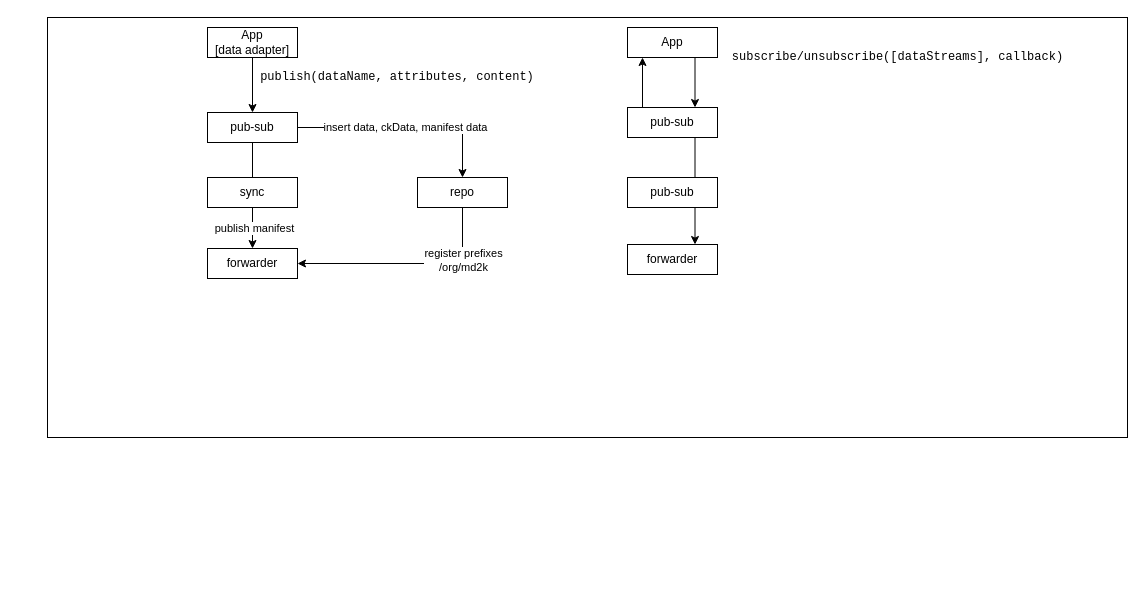
Above: page "Pub-sub" (4 of 5) of docs/Copy of mGuard .drawio in dulalsaurab/new-mguard (draw.io), before the change. Source tidied: cells renumbered, new cells numbered last; positions are measured from the earlier drawing's top-left corner, leaving out a move shared by most shapes. Both pictures are drawn from the tidied source at 100%, with x=0, y=0 at pixel (47, 17).
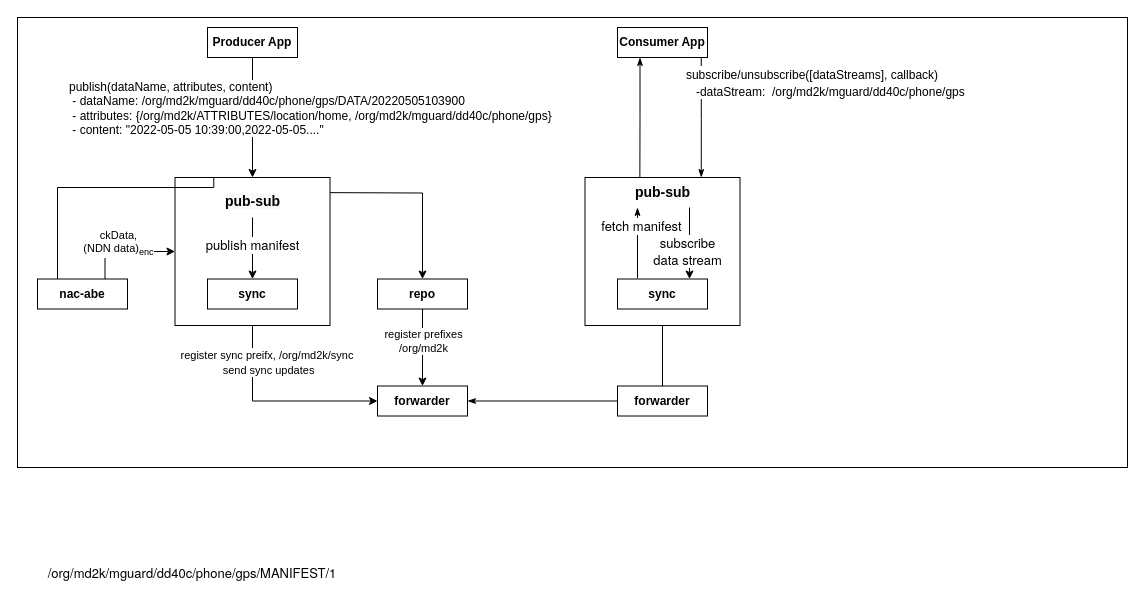
The same page after the edit.

The edit, as a diff of the source:
```diff
@@
     <mxCell id="2" style="rounded=0;whiteSpace=wrap;html=1;" parent="1" vertex="1">
-      <mxGeometry width="1080" height="420" as="geometry" />
+      <mxGeometry x="-30" width="1110" height="450" as="geometry" />
     </mxCell>
-    <mxCell id="3" style="edgeStyle=orthogonalEdgeStyle;rounded=0;jettySize=auto;html=1;exitX=0.5;exitY=1;exitDx=0;exitDy=0;entryX=0.5;entryY=0;entryDx=0;entryDy=0;" parent="1" edge="1" source="4" target="9">
-      <mxGeometry relative="1" as="geometry" />
+    <mxCell id="3" style="edgeStyle=orthogonalEdgeStyle;rounded=0;jettySize=auto;html=1;exitX=0.5;exitY=1;exitDx=0;exitDy=0;entryX=0.5;entryY=0;entryDx=0;entryDy=0;" parent="1" edge="1" source="4">
+      <mxGeometry relative="1" as="geometry">
+        <mxPoint x="205" y="160" as="targetPoint" />
+      </mxGeometry>
     </mxCell>
-    <mxCell id="4" value="App&lt;br&gt;[data adapter]" style="rounded=0;whiteSpace=wrap;html=1;" parent="1" vertex="1">
+    <mxCell id="4" value="Producer App" style="rounded=0;whiteSpace=wrap;html=1;fontStyle=1;" parent="1" vertex="1">
       <mxGeometry x="160" y="10" width="90" height="30" as="geometry" />
     </mxCell>
-    <mxCell id="5" value="&lt;font face=&quot;Courier New&quot;&gt;publish(dataName, attributes, content)&lt;/font&gt;" style="text;html=1;strokeColor=none;fillColor=none;align=center;verticalAlign=middle;whiteSpace=wrap;rounded=0;" parent="1" vertex="1">
-      <mxGeometry x="210" y="49" width="280" height="20" as="geometry" />
-    </mxCell>
-    <mxCell id="6" style="edgeStyle=orthogonalEdgeStyle;rounded=0;jettySize=auto;html=1;exitX=0.5;exitY=1;exitDx=0;exitDy=0;entryX=0.5;entryY=0;entryDx=0;entryDy=0;" parent="1" edge="1" source="9" target="10">
+    <mxCell id="6" style="edgeStyle=orthogonalEdgeStyle;rounded=0;jettySize=auto;html=1;exitX=0.5;exitY=1;exitDx=0;exitDy=0;entryX=0;entryY=0.5;entryDx=0;entryDy=0;startArrow=none;" parent="1" edge="1" source="18" target="10">
       <mxGeometry relative="1" as="geometry" />
     </mxCell>
-    <mxCell id="7" value="publish manifest" style="edgeLabel;html=1;align=center;verticalAlign=middle;" parent="6" vertex="1">
-      <mxGeometry x="0.6" y="1" relative="1" as="geometry" />
-    </mxCell>
-    <mxCell id="8" value="insert data, ckData, manifest data" style="edgeStyle=orthogonalEdgeStyle;rounded=0;jettySize=auto;html=1;exitX=1;exitY=0.5;exitDx=0;exitDy=0;entryX=0.5;entryY=0;entryDx=0;entryDy=0;" parent="1" edge="1" source="9" target="22">
-      <mxGeometry relative="1" as="geometry" />
+    <mxCell id="8" style="edgeStyle=orthogonalEdgeStyle;rounded=0;jettySize=auto;html=1;exitX=1;exitY=0.5;exitDx=0;exitDy=0;entryX=0.5;entryY=0;entryDx=0;entryDy=0;" parent="1" edge="1" target="22">
+      <mxGeometry x="-0.15" y="5" relative="1" as="geometry">
+        <mxPoint x="250" y="175" as="sourcePoint" />
+      </mxGeometry>
     </mxCell>
-    <mxCell id="9" value="pub-sub" style="rounded=0;whiteSpace=wrap;html=1;" parent="1" vertex="1">
-      <mxGeometry x="160" y="95" width="90" height="30" as="geometry" />
-    </mxCell>
+    <mxCell id="23" style="edgeStyle=orthogonalEdgeStyle;rounded=0;jettySize=auto;html=1;" parent="1" edge="1" target="18">
+      <mxGeometry relative="1" as="geometry">
+        <mxPoint x="205" y="190" as="sourcePoint" />
+      </mxGeometry>
+    </mxCell>
+    <mxCell id="24" style="edgeStyle=orthogonalEdgeStyle;rounded=0;jettySize=auto;html=1;exitX=0.5;exitY=0;exitDx=0;exitDy=0;fontFamily=Helvetica;fontSize=14;startArrow=none;startFill=1;endArrow=none;endFill=0;" parent="1" edge="1" source="11" target="34">
+      <mxGeometry relative="1" as="geometry" />
+    </mxCell>
-    <mxCell id="10" value="forwarder" style="rounded=0;whiteSpace=wrap;html=1;" parent="1" vertex="1">
-      <mxGeometry x="160" y="231" width="90" height="30" as="geometry" />
+    <mxCell id="10" value="forwarder" style="rounded=0;whiteSpace=wrap;html=1;fontStyle=1;" parent="1" vertex="1">
+      <mxGeometry x="330" y="368.5" width="90" height="30" as="geometry" />
     </mxCell>
-    <mxCell id="11" value="forwarder" style="rounded=0;whiteSpace=wrap;html=1;" parent="1" vertex="1">
-      <mxGeometry x="580" y="227" width="90" height="30" as="geometry" />
-    </mxCell>
-    <mxCell id="12" style="edgeStyle=orthogonalEdgeStyle;rounded=0;orthogonalLoop=1;jettySize=auto;html=1;exitX=0.5;exitY=0;exitDx=0;exitDy=0;entryX=0.5;entryY=1;entryDx=0;entryDy=0;" parent="1" edge="1">
-      <mxGeometry relative="1" as="geometry">
-        <mxPoint x="595" y="90" as="sourcePoint" />
-        <mxPoint x="595" y="40" as="targetPoint" />
-      </mxGeometry>
-    </mxCell>
-    <mxCell id="13" style="edgeStyle=orthogonalEdgeStyle;rounded=0;jettySize=auto;html=1;exitX=0.75;exitY=1;exitDx=0;exitDy=0;entryX=0.75;entryY=0;entryDx=0;entryDy=0;" parent="1" edge="1" source="14" target="11">
-      <mxGeometry relative="1" as="geometry" />
-    </mxCell>
-    <mxCell id="14" value="pub-sub" style="rounded=0;whiteSpace=wrap;html=1;" parent="1" vertex="1">
-      <mxGeometry x="580" y="90" width="90" height="30" as="geometry" />
-    </mxCell>
-    <mxCell id="15" style="edgeStyle=orthogonalEdgeStyle;rounded=0;jettySize=auto;html=1;exitX=0.75;exitY=1;exitDx=0;exitDy=0;entryX=0.75;entryY=0;entryDx=0;entryDy=0;" parent="1" edge="1" source="16" target="14">
-      <mxGeometry relative="1" as="geometry" />
-    </mxCell>
+    <mxCell id="25" style="edgeStyle=orthogonalEdgeStyle;rounded=0;jettySize=auto;html=1;exitX=0.25;exitY=1;exitDx=0;exitDy=0;entryX=0.354;entryY=0;entryDx=0;entryDy=0;entryPerimeter=0;fontFamily=Helvetica;fontSize=14;startArrow=classicThin;startFill=1;endArrow=none;endFill=0;" parent="1" edge="1" source="16" target="34">
+      <mxGeometry relative="1" as="geometry" />
+    </mxCell>
-    <mxCell id="16" value="App" style="rounded=0;whiteSpace=wrap;html=1;" parent="1" vertex="1">
-      <mxGeometry x="580" y="10" width="90" height="30" as="geometry" />
+    <mxCell id="16" value="Consumer App" style="rounded=0;whiteSpace=wrap;html=1;fontStyle=1;" parent="1" vertex="1">
+      <mxGeometry x="570" y="10" width="90" height="30" as="geometry" />
     </mxCell>
-    <mxCell id="17" value="&lt;font face=&quot;Courier New&quot;&gt;subscribe/unsubscribe([dataStreams], callback)&lt;/font&gt;" style="text;html=1;strokeColor=none;fillColor=none;align=center;verticalAlign=middle;whiteSpace=wrap;rounded=0;" parent="1" vertex="1">
-      <mxGeometry x="680" y="29" width="341" height="20" as="geometry" />
-    </mxCell>
-    <mxCell id="18" value="sync" style="rounded=0;whiteSpace=wrap;html=1;" parent="1" vertex="1">
-      <mxGeometry x="160" y="160" width="90" height="30" as="geometry" />
-    </mxCell>
-    <mxCell id="19" value="pub-sub" style="rounded=0;whiteSpace=wrap;html=1;" parent="1" vertex="1">
-      <mxGeometry x="580" y="160" width="90" height="30" as="geometry" />
-    </mxCell>
-    <mxCell id="20" style="edgeStyle=orthogonalEdgeStyle;rounded=0;jettySize=auto;html=1;exitX=0.5;exitY=1;exitDx=0;exitDy=0;entryX=1;entryY=0.5;entryDx=0;entryDy=0;" parent="1" edge="1" source="22" target="10">
+    <mxCell id="20" style="edgeStyle=orthogonalEdgeStyle;rounded=0;jettySize=auto;html=1;exitX=0.5;exitY=1;exitDx=0;exitDy=0;entryX=0.5;entryY=0;entryDx=0;entryDy=0;" parent="1" edge="1" source="22" target="10">
       <mxGeometry relative="1" as="geometry" />
     </mxCell>
     <mxCell id="21" value="register prefixes&lt;br&gt;/org/md2k" style="edgeLabel;html=1;align=center;verticalAlign=middle;" parent="20" vertex="1">
-      <mxGeometry x="-0.53" relative="1" as="geometry" />
+      <mxGeometry x="-0.53" relative="1" as="geometry">
+        <mxPoint y="14" as="offset" />
+      </mxGeometry>
     </mxCell>
-    <mxCell id="22" value="repo" style="rounded=0;whiteSpace=wrap;html=1;" parent="1" vertex="1">
-      <mxGeometry x="370" y="160" width="90" height="30" as="geometry" />
+    <mxCell id="22" value="repo" style="rounded=0;whiteSpace=wrap;html=1;fontStyle=1;" parent="1" vertex="1">
+      <mxGeometry x="330" y="261.5" width="90" height="30" as="geometry" />
     </mxCell>
+    <mxCell id="26" style="edgeStyle=orthogonalEdgeStyle;rounded=0;jettySize=auto;html=1;exitX=0.75;exitY=0;exitDx=0;exitDy=0;entryX=0;entryY=0.5;entryDx=0;entryDy=0;" parent="1" edge="1" source="42" target="31">
+      <mxGeometry relative="1" as="geometry" />
+    </mxCell>
+    <mxCell id="27" value="ckData, &lt;br&gt;(NDN data)&lt;sub&gt;enc&lt;/sub&gt;" style="edgeLabel;html=1;align=center;verticalAlign=middle;" parent="26" vertex="1">
+      <mxGeometry x="-0.04" y="-3" relative="1" as="geometry">
+        <mxPoint x="-7" y="-12" as="offset" />
+      </mxGeometry>
+    </mxCell>
+    <mxCell id="28" style="edgeStyle=orthogonalEdgeStyle;rounded=0;jettySize=auto;html=1;exitX=0.5;exitY=1;exitDx=0;exitDy=0;entryX=0.5;entryY=0;entryDx=0;entryDy=0;endArrow=none;" parent="1" edge="1" target="18">
+      <mxGeometry relative="1" as="geometry">
+        <mxPoint x="205" y="190" as="sourcePoint" />
+      </mxGeometry>
+    </mxCell>
+    <mxCell id="5" value="publish(dataName, attributes, content)&lt;br&gt;&amp;nbsp;- dataName: /org/md2k/mguard/dd40c/phone/gps/DATA/20220505103900&lt;br&gt;&amp;nbsp;- attributes: {/org/md2k/ATTRIBUTES/location/home,&amp;nbsp;/org/md2k/mguard/dd40c/phone/gps}&lt;br&gt;&amp;nbsp;- content: &quot;2022-05-05 10:39:00,2022-05-05....&quot;" style="text;html=1;strokeColor=none;fillColor=none;align=left;verticalAlign=middle;whiteSpace=wrap;rounded=0;labelBackgroundColor=default;" parent="1" vertex="1">
+      <mxGeometry x="20" y="50" width="500" height="81" as="geometry" />
+    </mxCell>
+    <mxCell id="29" value="&lt;p style=&quot;margin: 0px; font-variant-numeric: normal; font-variant-east-asian: normal; font-stretch: normal; font-size: 13px; line-height: normal; font-family: &amp;quot;Helvetica Neue&amp;quot;; text-align: start;&quot; class=&quot;p1&quot;&gt;&lt;br&gt;&lt;/p&gt;&lt;p style=&quot;margin: 0px; font-variant-numeric: normal; font-variant-east-asian: normal; font-stretch: normal; font-size: 13px; line-height: normal; font-family: &amp;quot;Helvetica Neue&amp;quot;; text-align: start;&quot; class=&quot;p1&quot;&gt;/org/md2k/mguard/dd40c/phone/gps/MANIFEST/1&lt;/p&gt;" style="text;html=1;strokeColor=none;fillColor=none;align=center;verticalAlign=middle;whiteSpace=wrap;rounded=0;labelBackgroundColor=default;" parent="1" vertex="1">
+      <mxGeometry x="-10" y="530" width="310" height="30" as="geometry" />
+    </mxCell>
+    <mxCell id="30" value="&lt;span style=&quot;font-size: 11px;&quot;&gt;register sync preifx, /org/md2k/sync&lt;/span&gt;&lt;br style=&quot;font-size: 11px;&quot;&gt;&lt;span style=&quot;font-size: 11px;&quot;&gt;&amp;nbsp;send sync updates&lt;/span&gt;" style="text;html=1;strokeColor=none;fillColor=none;align=center;verticalAlign=middle;whiteSpace=wrap;rounded=0;labelBackgroundColor=default;" parent="1" vertex="1">
+      <mxGeometry x="100" y="330" width="240" height="30" as="geometry" />
+    </mxCell>
+    <mxCell id="31" value="&lt;span style=&quot;font-weight: 700; background-color: rgb(248, 249, 250); font-size: 14px;&quot;&gt;pub-sub&lt;br&gt;&lt;br&gt;&lt;br&gt;&lt;br&gt;&lt;br&gt;&lt;br&gt;&lt;br&gt;&lt;/span&gt;" style="rounded=0;whiteSpace=wrap;html=1;labelBackgroundColor=default;fontFamily=Helvetica;" parent="1" vertex="1">
+      <mxGeometry x="127.5" y="160" width="155" height="148" as="geometry" />
+    </mxCell>
+    <mxCell id="18" value="sync" style="rounded=0;whiteSpace=wrap;html=1;fontStyle=1;" parent="1" vertex="1">
+      <mxGeometry x="160" y="261.5" width="90" height="30" as="geometry" />
+    </mxCell>
+    <mxCell id="32" style="endArrow=classic;html=1;rounded=0;fontFamily=Helvetica;entryX=0.5;entryY=0;entryDx=0;entryDy=0;" parent="1" edge="1" target="18">
+      <mxGeometry relative="1" as="geometry">
+        <mxPoint x="205" y="200" as="sourcePoint" />
+      </mxGeometry>
+    </mxCell>
+    <mxCell id="7" value="&lt;span style=&quot;font-family: &amp;quot;Helvetica Neue&amp;quot;; font-size: 13px; text-align: start;&quot;&gt;publish manifest&lt;/span&gt;" style="edgeLabel;html=1;align=center;verticalAlign=middle;fontFamily=Helvetica;" parent="32" vertex="1">
+      <mxGeometry x="-0.13" y="-1" relative="1" as="geometry" />
+    </mxCell>
+    <mxCell id="33" style="edgeStyle=orthogonalEdgeStyle;rounded=0;jettySize=auto;html=1;exitX=0.75;exitY=0;exitDx=0;exitDy=0;fontFamily=Helvetica;fontSize=14;startArrow=classicThin;startFill=1;endArrow=none;endFill=0;entryX=0.616;entryY=0.089;entryDx=0;entryDy=0;entryPerimeter=0;" parent="1" edge="1" source="34" target="2">
+      <mxGeometry relative="1" as="geometry">
+        <Array as="points">
+          <mxPoint x="654" y="102" />
+        </Array>
+      </mxGeometry>
+    </mxCell>
+    <mxCell id="34" value="&lt;span style=&quot;font-weight: 700; background-color: rgb(248, 249, 250); font-size: 14px;&quot;&gt;pub-sub&lt;br&gt;&lt;br&gt;&lt;br&gt;&lt;br&gt;&lt;br&gt;&lt;br&gt;&lt;br&gt;&lt;br&gt;&lt;/span&gt;" style="rounded=0;whiteSpace=wrap;html=1;labelBackgroundColor=default;fontFamily=Helvetica;" parent="1" vertex="1">
+      <mxGeometry x="537.5" y="160" width="155" height="148" as="geometry" />
+    </mxCell>
+    <mxCell id="35" value="sync" style="rounded=0;whiteSpace=wrap;html=1;fontStyle=1;" parent="1" vertex="1">
+      <mxGeometry x="570" y="261.5" width="90" height="30" as="geometry" />
+    </mxCell>
+    <mxCell id="36" style="endArrow=none;html=1;rounded=0;fontFamily=Helvetica;entryX=0.5;entryY=0;entryDx=0;entryDy=0;startArrow=classicThin;startFill=1;endFill=0;" parent="1" edge="1">
+      <mxGeometry relative="1" as="geometry">
+        <mxPoint x="590" y="190" as="sourcePoint" />
+        <mxPoint x="590" y="260.5" as="targetPoint" />
+      </mxGeometry>
+    </mxCell>
+    <mxCell id="37" value="&lt;span style=&quot;font-family: &amp;quot;Helvetica Neue&amp;quot;; font-size: 13px; text-align: start;&quot;&gt;fetch manifest&lt;/span&gt;" style="edgeLabel;html=1;align=center;verticalAlign=middle;fontFamily=Helvetica;" parent="36" vertex="1">
+      <mxGeometry x="-0.13" y="-1" relative="1" as="geometry">
+        <mxPoint x="4" y="-13" as="offset" />
+      </mxGeometry>
+    </mxCell>
+    <mxCell id="38" style="endArrow=classic;html=1;rounded=0;fontFamily=Helvetica;entryX=0.5;entryY=0;entryDx=0;entryDy=0;exitX=0.345;exitY=0.203;exitDx=0;exitDy=0;exitPerimeter=0;" parent="1" edge="1">
+      <mxGeometry relative="1" as="geometry">
+        <mxPoint x="642" y="190" as="sourcePoint" />
+        <mxPoint x="642" y="261.5" as="targetPoint" />
+      </mxGeometry>
+    </mxCell>
+    <mxCell id="39" value="&lt;span style=&quot;font-family: &amp;quot;Helvetica Neue&amp;quot;; font-size: 13px; text-align: start;&quot;&gt;subscribe&lt;br&gt;data stream&lt;/span&gt;" style="edgeLabel;html=1;align=center;verticalAlign=middle;fontFamily=Helvetica;" parent="38" vertex="1">
+      <mxGeometry x="-0.13" y="-1" relative="1" as="geometry">
+        <mxPoint x="-2" y="12" as="offset" />
+      </mxGeometry>
+    </mxCell>
+    <mxCell id="40" value="&lt;span style=&quot;font-size: 12px;&quot;&gt;subscribe/unsubscribe([dataStreams], callback)&lt;/span&gt;&lt;br style=&quot;font-size: 12px;&quot;&gt;&lt;span style=&quot;font-size: 12px;&quot;&gt;&amp;nbsp; &amp;nbsp; &amp;nbsp; &amp;nbsp; &amp;nbsp; &amp;nbsp;-dataStream:&amp;nbsp;&lt;/span&gt;&lt;span style=&quot;font-size: 12px; text-align: left;&quot;&gt;&amp;nbsp;/org/md2k/mguard/dd40c/phone/gps&lt;/span&gt;" style="text;html=1;strokeColor=none;fillColor=none;align=center;verticalAlign=middle;whiteSpace=wrap;rounded=0;labelBackgroundColor=#FFFFFF;fontFamily=Helvetica;fontSize=14;" parent="1" vertex="1">
+      <mxGeometry x="600" y="50" width="330" height="30" as="geometry" />
+    </mxCell>
+    <mxCell id="11" value="forwarder" style="rounded=0;whiteSpace=wrap;html=1;fontStyle=1;" parent="1" vertex="1">
+      <mxGeometry x="570" y="368.5" width="90" height="30" as="geometry" />
+    </mxCell>
+    <mxCell id="41" style="edgeStyle=orthogonalEdgeStyle;rounded=0;jettySize=auto;html=1;exitX=1;exitY=0.5;exitDx=0;exitDy=0;fontFamily=Helvetica;fontSize=14;startArrow=classicThin;startFill=1;endArrow=none;endFill=0;" parent="1" edge="1" source="10" target="11">
+      <mxGeometry relative="1" as="geometry" />
+    </mxCell>
+    <mxCell id="42" value="nac-abe" style="rounded=0;whiteSpace=wrap;html=1;fontStyle=1;" parent="1" vertex="1">
+      <mxGeometry x="-10" y="261.5" width="90" height="30" as="geometry" />
+    </mxCell>
+    <mxCell id="43" style="edgeStyle=orthogonalEdgeStyle;rounded=0;jettySize=auto;html=1;exitX=0.25;exitY=0;exitDx=0;exitDy=0;endArrow=none;" parent="1" edge="1" source="31" target="42">
+      <mxGeometry relative="1" as="geometry">
+        <Array as="points">
+          <mxPoint x="10" y="170" />
+        </Array>
+      </mxGeometry>
+    </mxCell>
```
